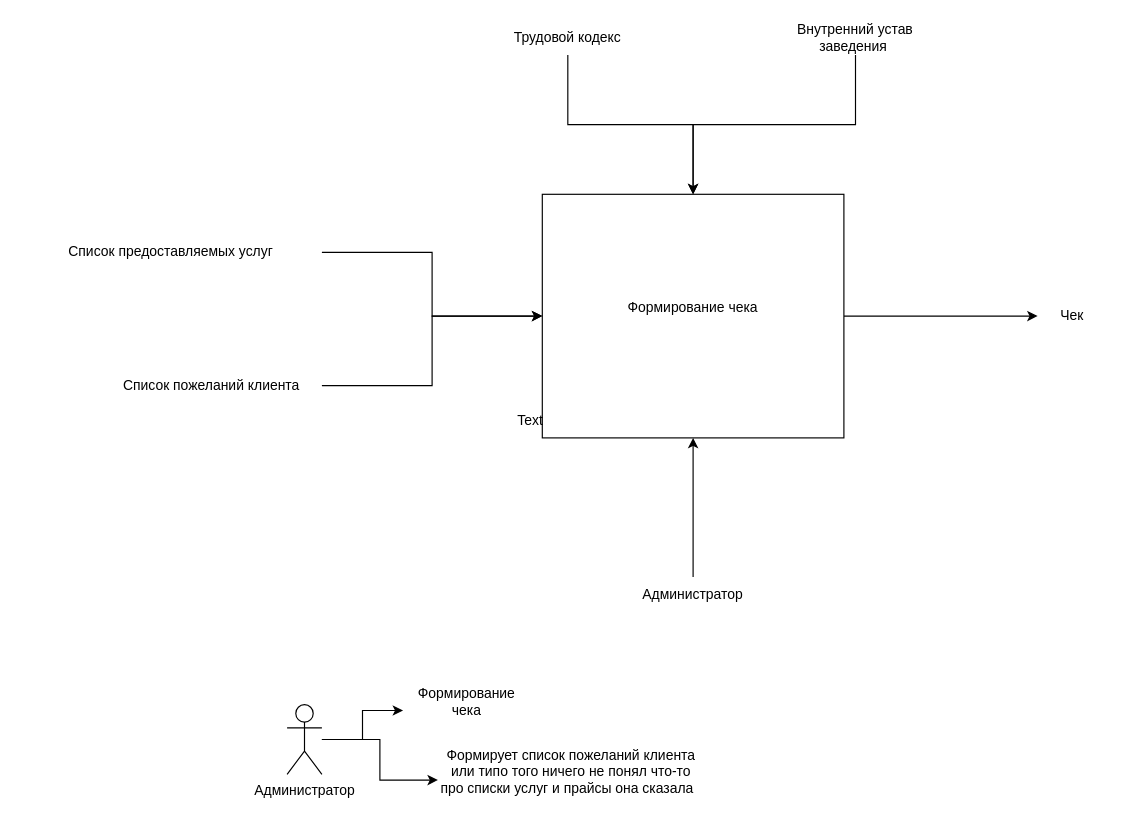
Above: Диаграмма без названия.drawio in Fidjanis/NAdo (draw.io), before the change. Source tidied: cells renumbered, new cells numbered last; positions are measured from the earlier drawing's top-left corner, leaving out a move shared by most shapes. Both pictures are drawn from the tidied source at 116%, with x=0, y=0 at pixel (20, 20).
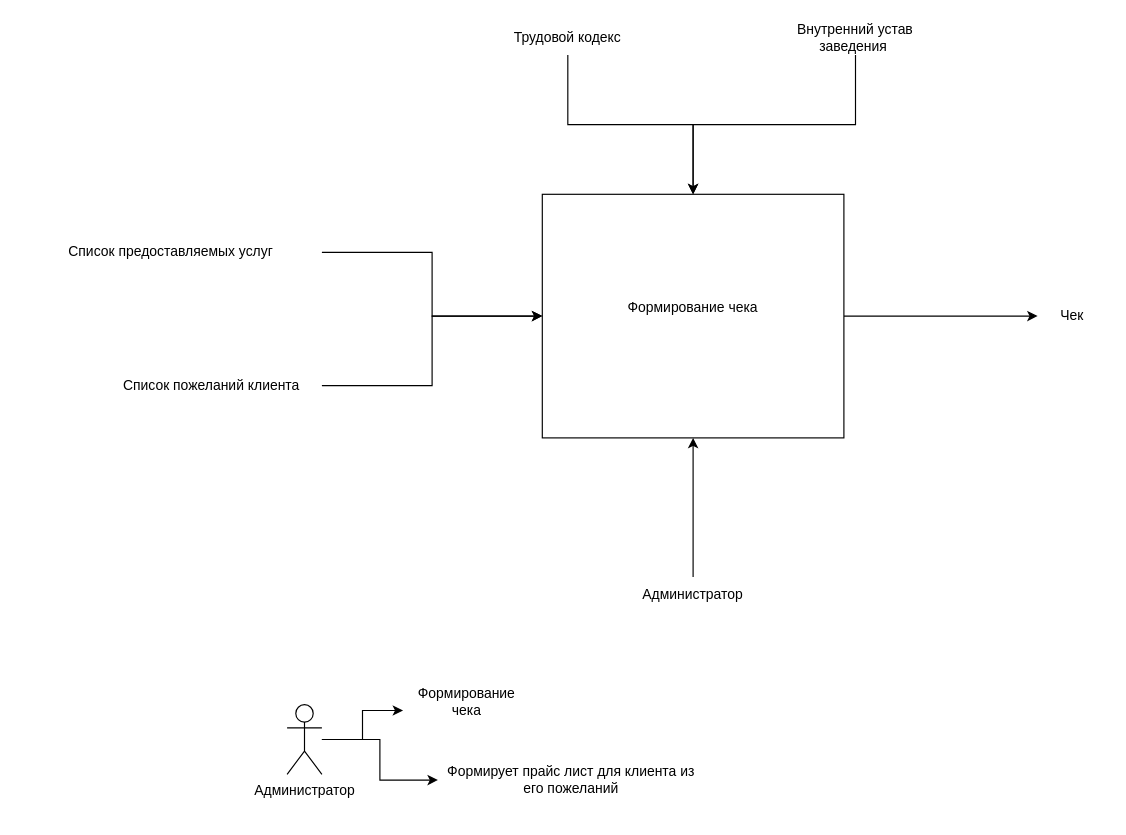
The same diagram, later.

What changed in the source:
```diff
@@
-    <mxCell id="19" value="Text" style="text;html=1;align=center;verticalAlign=middle;whiteSpace=wrap;rounded=0;" parent="1" vertex="1">
-      <mxGeometry x="410" y="330" width="60" height="30" as="geometry" />
-    </mxCell>
-    <mxCell id="20" value="Формирует список пожеланий клиента или типо того ничего не понял что-то про списки услуг и прайсы она сказала&amp;nbsp;&amp;nbsp;&lt;div&gt;&lt;br&gt;&lt;/div&gt;" style="text;html=1;align=center;verticalAlign=middle;whiteSpace=wrap;rounded=0;" parent="1" vertex="1">
+    <mxCell id="20" value="&lt;div&gt;Формирует прайс лист для клиента из его пожеланий&lt;/div&gt;" style="text;html=1;align=center;verticalAlign=middle;whiteSpace=wrap;rounded=0;" parent="1" vertex="1">
       <mxGeometry x="360" y="640" width="230" height="30" as="geometry" />
     </mxCell>
```
